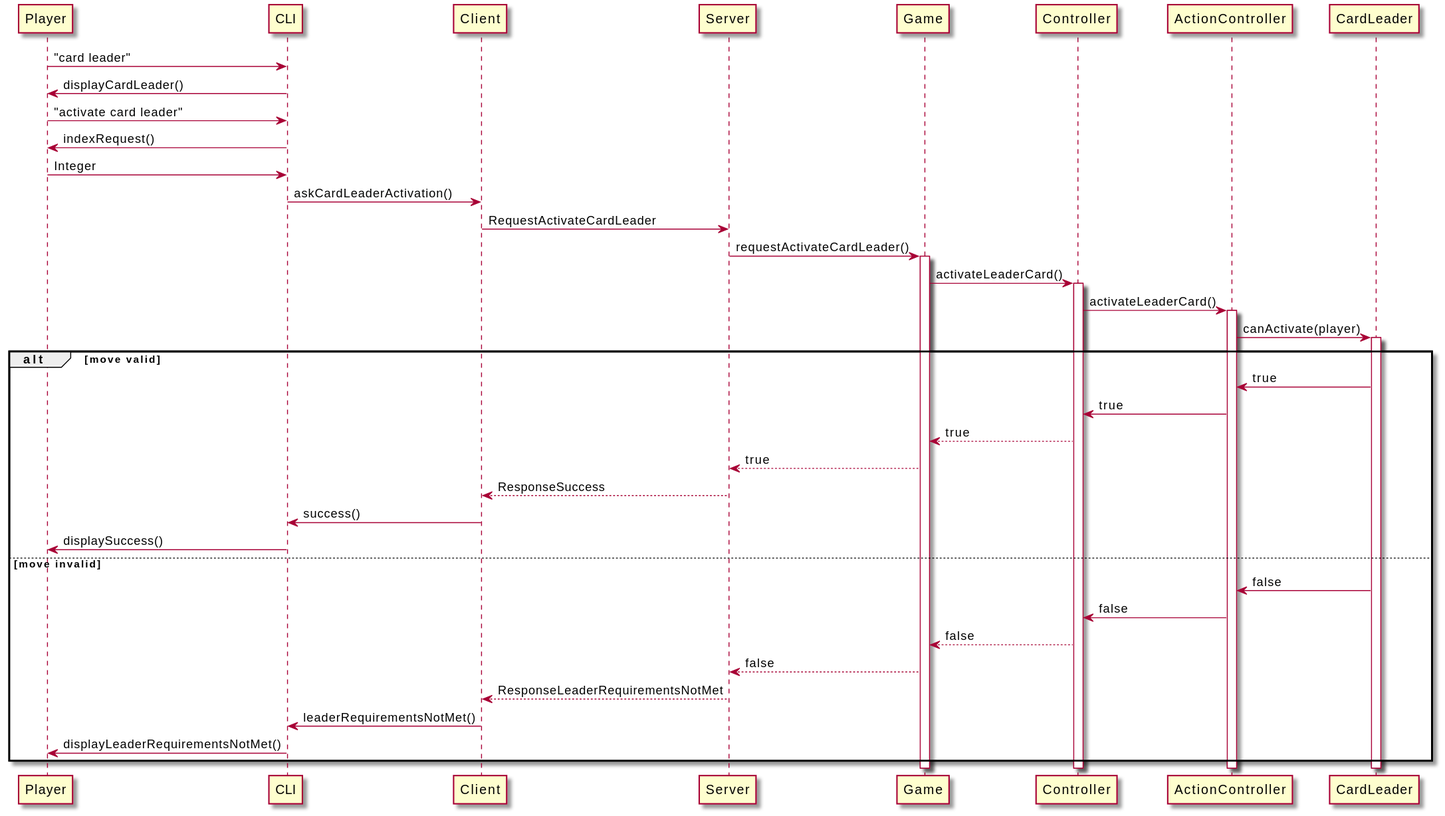
Above: deliverables/final/uml/Sequence/leader.svg in marcofasa/ing-sw-2021-Fasanella-Maggioni-Manini (PlantUML), before the change.
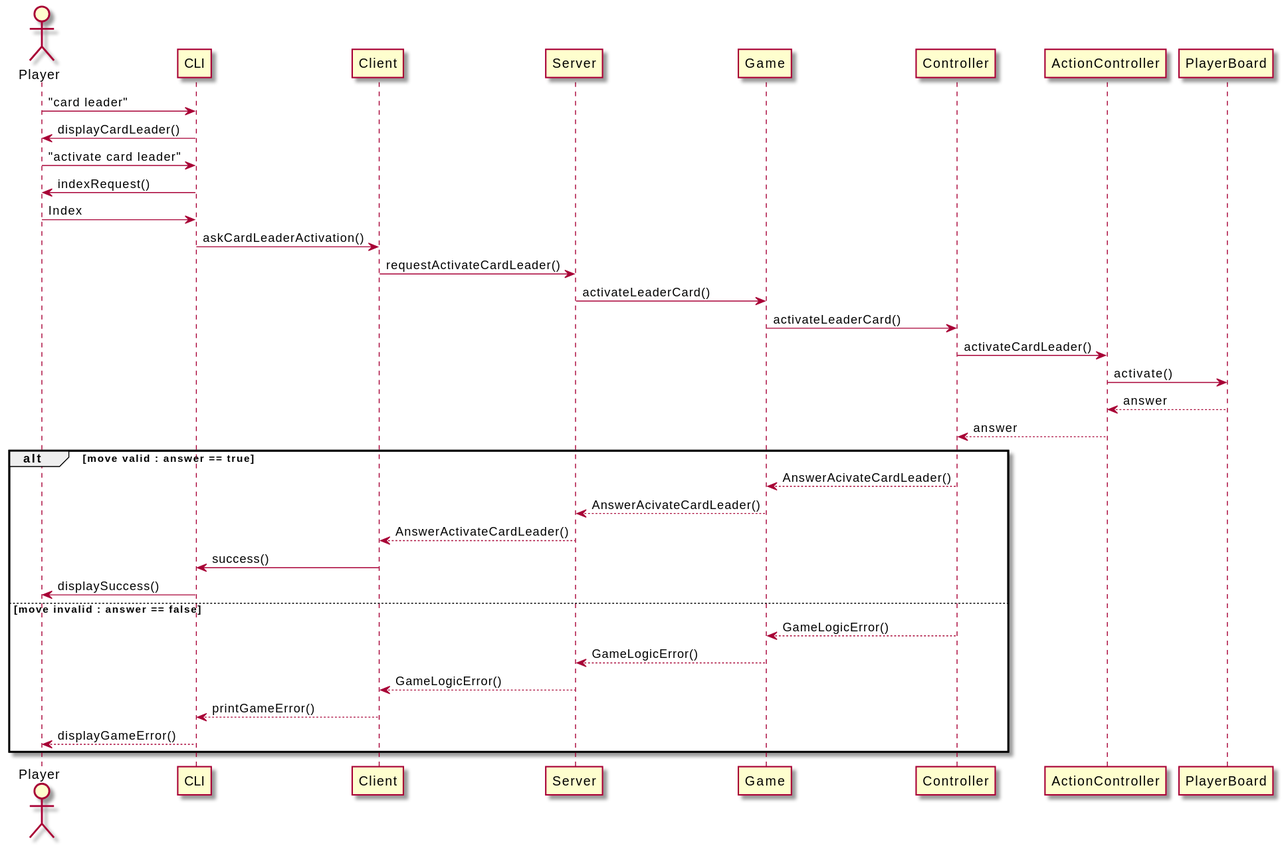
After the change.

Change to the diagram source:
```diff
@@ -1,39 +1,35 @@
 @startuml
+actor Player as Player
+
 Player-> CLI: "card leader"
 Player<- CLI: displayCardLeader()
 Player-> CLI: "activate card leader"
 Player<- CLI: indexRequest()
-Player -> CLI: Integer
+Player -> CLI: Index
 CLI-> Client: askCardLeaderActivation()
-Client-> Server: RequestActivateCardLeader
-Server-> Game: requestActivateCardLeader()
-             activate Game
+Client-> Server: requestActivateCardLeader()
 
-            Game-> Controller: activateLeaderCard()
-            activate Controller
-            Controller-> ActionController: activateLeaderCard()
-            activate ActionController
-            ActionController-> CardLeader: canActivate(player)
-            activate CardLeader
+Server-> Game: activateLeaderCard()
+Game-> Controller: activateLeaderCard()
+Controller-> ActionController: activateCardLeader()
+ActionController-> PlayerBoard: activate()
 
-alt move valid
-    ActionController <- CardLeader: true
-    Controller<-ActionController: true
-    Game<-- Controller: true
-    Server<-- Game: true
-    Client<-- Server: ResponseSuccess
+PlayerBoard--> ActionController: answer
+ActionController--> Controller: answer
+alt move valid : answer == true
+    Game<-- Controller: AnswerAcivateCardLeader()
+    Server<-- Game: AnswerAcivateCardLeader()
+    Client<-- Server: AnswerActivateCardLeader()
     CLI<- Client: success()
     Player<- CLI: displaySuccess()
 
 
-else move invalid
-    ActionController <- CardLeader: false
-    Controller<-ActionController: false
-    Game<-- Controller: false
-    Server<-- Game: false
-    Client<-- Server: ResponseLeaderRequirementsNotMet
-    CLI<- Client: leaderRequirementsNotMet()
-    Player<- CLI: displayLeaderRequirementsNotMet()
+else move invalid : answer == false
+    Game<-- Controller: GameLogicError()
+    Server<-- Game: GameLogicError()
+    Client<-- Server: GameLogicError()
+    CLI <-- Client: printGameError()
+    Player <-- CLI: displayGameError()
 
 end
 @enduml
```
